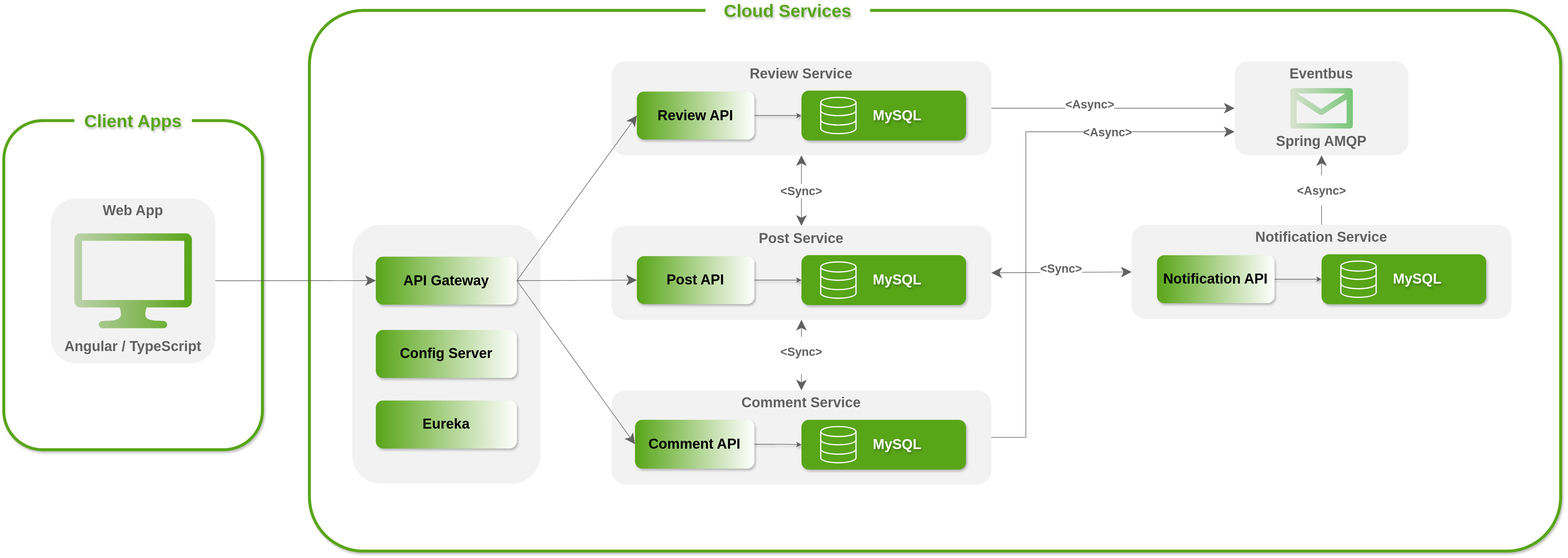
Before: architecture/architecture.drawio.svg, a diagram exported from draw.io (pxlit-projects/project-Su-zenGeurtsPXL-1). Source tidied: cells renumbered, new cells last; positions are measured from the earlier drawing's top-left corner, leaving out a move shared by most shapes.
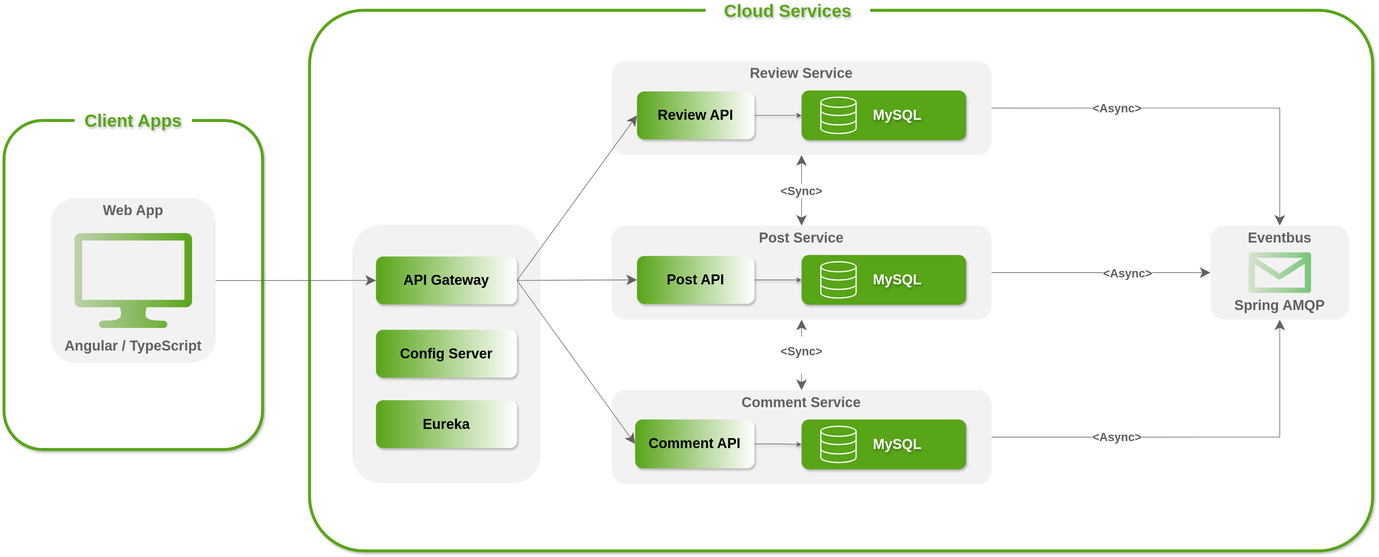
After the commit.

Commit message:
[SETUP] Updated architecture

What changed in the source:
```diff
@@ -3,7 +3,7 @@
     <mxCell id="0" />
     <mxCell id="1" parent="0" />
     <mxCell id="2" value="00" style="rounded=1;whiteSpace=wrap;html=1;strokeColor=#58A518;strokeWidth=5;shadow=1;glass=0;fillColor=default;arcSize=10;" parent="1" vertex="1">
-      <mxGeometry x="520" y="14" width="2129" height="920" as="geometry" />
+      <mxGeometry x="520" y="14" width="1809" height="920" as="geometry" />
     </mxCell>
     <mxCell id="3" style="rounded=1;whiteSpace=wrap;html=1;strokeColor=none;fillColor=#F2F2F2;verticalAlign=top;fontStyle=1;fontColor=#616161;fontSize=24;align=center;gradientColor=none;" parent="1" vertex="1">
       <mxGeometry x="593" y="379" width="320" height="440" as="geometry" />
@@ -75,10 +75,10 @@
       <mxGeometry relative="1" as="geometry" />
     </mxCell>
     <mxCell id="26" value="Eventbus" style="rounded=1;whiteSpace=wrap;html=1;strokeColor=none;fillColor=#f2f2f2;verticalAlign=top;fontStyle=1;fontColor=#616161;fontSize=24;align=center;" parent="1" vertex="1">
-      <mxGeometry x="2094.2" y="100.5" width="296" height="160" as="geometry" />
+      <mxGeometry x="2053" y="380.5" width="236" height="160" as="geometry" />
     </mxCell>
-    <mxCell id="27" value="&lt;br&gt;&lt;span style=&quot;color: rgb(97, 97, 97); font-family: Helvetica; font-size: 20px; font-style: normal; font-variant-ligatures: normal; font-variant-caps: normal; font-weight: 700; letter-spacing: normal; orphans: 2; text-align: center; text-indent: 0px; text-transform: none; widows: 2; word-spacing: 0px; -webkit-text-stroke-width: 0px; white-space: nowrap; background-color: rgb(255, 255, 255); text-decoration-thickness: initial; text-decoration-style: initial; text-decoration-color: initial; display: inline !important; float: none;&quot;&gt;&amp;lt;Async&amp;gt;&lt;/span&gt;&lt;div&gt;&lt;br/&gt;&lt;/div&gt;" style="rounded=0;jettySize=auto;html=1;startArrow=classic;startFill=1;endArrow=none;endFill=0;endSize=15;startSize=15;strokeColor=#616161;entryX=1;entryY=0.5;entryDx=0;entryDy=0;exitX=0;exitY=0.5;exitDx=0;exitDy=0;" parent="1" edge="1" source="26" target="12">
-      <mxGeometry x="0.18" y="-8" relative="1" as="geometry">
+    <mxCell id="27" value="&lt;br&gt;&lt;span style=&quot;color: rgb(97, 97, 97); font-family: Helvetica; font-size: 20px; font-style: normal; font-variant-ligatures: normal; font-variant-caps: normal; font-weight: 700; letter-spacing: normal; orphans: 2; text-align: center; text-indent: 0px; text-transform: none; widows: 2; word-spacing: 0px; -webkit-text-stroke-width: 0px; white-space: nowrap; background-color: rgb(255, 255, 255); text-decoration-thickness: initial; text-decoration-style: initial; text-decoration-color: initial; display: inline !important; float: none;&quot;&gt;&amp;lt;Async&amp;gt;&lt;/span&gt;&lt;div&gt;&lt;br/&gt;&lt;/div&gt;" style="rounded=0;jettySize=auto;html=1;startArrow=classic;startFill=1;endArrow=none;endFill=0;endSize=15;startSize=15;strokeColor=#616161;entryX=1;entryY=0.5;entryDx=0;entryDy=0;exitX=0.5;exitY=0;exitDx=0;exitDy=0;edgeStyle=orthogonalEdgeStyle;" parent="1" edge="1" source="26" target="12">
+      <mxGeometry x="0.38" relative="1" as="geometry">
         <mxPoint x="-1" as="offset" />
       </mxGeometry>
     </mxCell>
@@ -106,39 +106,19 @@
     <mxCell id="35" style="sketch=0;shadow=0;dashed=0;html=1;strokeColor=none;fillColor=#58A518;labelPosition=center;verticalLabelPosition=bottom;verticalAlign=top;align=center;shape=mxgraph.office.devices.lcd_monitor;fontColor=#000000;gradientColor=#BDD2AC;gradientDirection=west;" parent="1" vertex="1">
       <mxGeometry x="120" y="393.3" width="200" height="161.4" as="geometry" />
     </mxCell>
-    <mxCell id="36" value="&lt;br&gt;&lt;span style=&quot;color: rgb(97, 97, 97); font-family: Helvetica; font-size: 20px; font-style: normal; font-variant-ligatures: normal; font-variant-caps: normal; font-weight: 700; letter-spacing: normal; orphans: 2; text-align: center; text-indent: 0px; text-transform: none; widows: 2; word-spacing: 0px; -webkit-text-stroke-width: 0px; white-space: nowrap; background-color: rgb(255, 255, 255); text-decoration-thickness: initial; text-decoration-style: initial; text-decoration-color: initial; display: inline !important; float: none;&quot;&gt;&amp;lt;Async&amp;gt;&lt;/span&gt;&lt;div&gt;&lt;br/&gt;&lt;/div&gt;" style="rounded=0;jettySize=auto;html=1;startArrow=classic;startFill=1;endArrow=none;endFill=0;endSize=15;startSize=15;strokeColor=#616161;entryX=0.5;entryY=0;entryDx=0;entryDy=0;exitX=0.5;exitY=1;exitDx=0;exitDy=0;" parent="1" edge="1" source="26" target="39">
-      <mxGeometry relative="1" as="geometry" />
+    <mxCell id="36" value="&lt;br&gt;&lt;span style=&quot;color: rgb(97, 97, 97); font-family: Helvetica; font-size: 20px; font-style: normal; font-variant-ligatures: normal; font-variant-caps: normal; font-weight: 700; letter-spacing: normal; orphans: 2; text-align: center; text-indent: 0px; text-transform: none; widows: 2; word-spacing: 0px; -webkit-text-stroke-width: 0px; white-space: nowrap; background-color: rgb(255, 255, 255); text-decoration-thickness: initial; text-decoration-style: initial; text-decoration-color: initial; display: inline !important; float: none;&quot;&gt;&amp;lt;Async&amp;gt;&lt;/span&gt;&lt;div&gt;&lt;br/&gt;&lt;/div&gt;" style="rounded=0;jettySize=auto;html=1;startArrow=classic;startFill=1;endArrow=none;endFill=0;endSize=15;startSize=15;strokeColor=#616161;entryX=1;entryY=0.5;entryDx=0;entryDy=0;exitX=0.5;exitY=1;exitDx=0;exitDy=0;edgeStyle=orthogonalEdgeStyle;" parent="1" edge="1" source="26" target="20">
+      <mxGeometry x="0.38" relative="1" as="geometry">
+        <mxPoint x="-1" as="offset" />
+      </mxGeometry>
     </mxCell>
     <mxCell id="37" value="Spring AMQP" style="text;html=1;align=center;verticalAlign=middle;whiteSpace=wrap;rounded=0;fontSize=24;fontStyle=1;fontColor=#616161;" parent="1" vertex="1">
-      <mxGeometry x="2117.2" y="221.8" width="250" height="30" as="geometry" />
+      <mxGeometry x="2046" y="501.8" width="250" height="30" as="geometry" />
     </mxCell>
     <mxCell id="38" style="verticalLabelPosition=bottom;html=1;verticalAlign=top;align=center;strokeColor=none;fillColor=#009900;shape=mxgraph.azure.message;gradientColor=#BDD2AC;gradientDirection=west;" parent="1" vertex="1">
-      <mxGeometry x="2188.7" y="146.1" width="107" height="68.8" as="geometry" />
+      <mxGeometry x="2117.5" y="426.1" width="107" height="68.8" as="geometry" />
     </mxCell>
-    <mxCell id="39" value="Notification Service" style="rounded=1;whiteSpace=wrap;html=1;strokeColor=none;fillColor=#f2f2f2;verticalAlign=top;fontStyle=1;fontColor=#616161;fontSize=24;align=center;" parent="1" vertex="1">
-      <mxGeometry x="1919" y="379" width="646.4" height="160" as="geometry" />
-    </mxCell>
-    <mxCell id="40" style="edgeStyle=orthogonalEdgeStyle;rounded=0;jettySize=auto;html=1;exitX=1;exitY=0.5;exitDx=0;exitDy=0;entryX=0;entryY=0.5;entryDx=0;entryDy=0;strokeColor=#616161;textShadow=1;shadow=1;" parent="1" edge="1" source="41" target="42">
-      <mxGeometry relative="1" as="geometry" />
-    </mxCell>
-    <mxCell id="41" value="&lt;b style=&quot;font-size: 24px;&quot;&gt;&lt;font style=&quot;font-size: 24px;&quot;&gt;Notification API&lt;/font&gt;&lt;/b&gt;" style="text;html=1;align=center;verticalAlign=middle;whiteSpace=wrap;rounded=1;fillColor=default;shadow=1;glass=0;fillStyle=auto;gradientColor=#58A518;gradientDirection=west;fontColor=default;strokeColor=none;fontSize=24;" parent="1" vertex="1">
-      <mxGeometry x="1962.2" y="430.6" width="200" height="81.5" as="geometry" />
-    </mxCell>
-    <mxCell id="42" value="&amp;nbsp; &amp;nbsp; &amp;nbsp; &amp;nbsp;MySQL" style="rounded=1;whiteSpace=wrap;html=1;strokeColor=none;fillColor=#58A518;verticalAlign=middle;fontStyle=1;fontColor=#FFFFFF;fontSize=24;align=center;textShadow=1;shadow=1;" parent="1" vertex="1">
-      <mxGeometry x="2242.2" y="429" width="280" height="84.8" as="geometry" />
-    </mxCell>
-    <mxCell id="43" value="&#10;&lt;span style=&quot;color: rgb(97, 97, 97); font-family: Helvetica; font-size: 20px; font-style: normal; font-variant-ligatures: normal; font-variant-caps: normal; font-weight: 700; letter-spacing: normal; orphans: 2; text-align: center; text-indent: 0px; text-transform: none; widows: 2; word-spacing: 0px; -webkit-text-stroke-width: 0px; white-space: nowrap; background-color: rgb(255, 255, 255); text-decoration-thickness: initial; text-decoration-style: initial; text-decoration-color: initial; display: inline !important; float: none;&quot;&gt;&amp;lt;Sync&amp;gt;&lt;/span&gt;&#10;&#10;" style="rounded=0;jettySize=auto;html=1;startArrow=classic;startFill=1;endArrow=classic;endFill=1;endSize=15;startSize=15;strokeColor=#616161;entryX=1;entryY=0.5;entryDx=0;entryDy=0;exitX=0;exitY=0.5;exitDx=0;exitDy=0;" parent="1" edge="1" source="39" target="16">
-      <mxGeometry relative="1" as="geometry" />
-    </mxCell>
-    <mxCell id="44" style="html=1;verticalLabelPosition=bottom;align=center;labelBackgroundColor=#ffffff;verticalAlign=top;strokeWidth=2;strokeColor=#FFFFFF;shadow=0;dashed=0;shape=mxgraph.ios7.icons.data;fillColor=#58A518;" parent="1" vertex="1">
-      <mxGeometry x="2275" y="440.6" width="60" height="61.6" as="geometry" />
-    </mxCell>
-    <mxCell id="45" value="&lt;br&gt;&lt;span style=&quot;color: rgb(97, 97, 97); font-family: Helvetica; font-size: 20px; font-style: normal; font-variant-ligatures: normal; font-variant-caps: normal; font-weight: 700; letter-spacing: normal; orphans: 2; text-align: center; text-indent: 0px; text-transform: none; widows: 2; word-spacing: 0px; -webkit-text-stroke-width: 0px; white-space: nowrap; background-color: rgb(255, 255, 255); text-decoration-thickness: initial; text-decoration-style: initial; text-decoration-color: initial; display: inline !important; float: none;&quot;&gt;&amp;lt;Async&amp;gt;&lt;/span&gt;&lt;div&gt;&lt;br/&gt;&lt;/div&gt;" style="rounded=0;jettySize=auto;html=1;startArrow=classic;startFill=1;endArrow=none;endFill=0;endSize=15;startSize=15;strokeColor=#616161;entryX=1;entryY=0.5;entryDx=0;entryDy=0;exitX=0;exitY=0.75;exitDx=0;exitDy=0;edgeStyle=orthogonalEdgeStyle;" parent="1" edge="1" source="26" target="20">
-      <mxGeometry x="-0.54" relative="1" as="geometry">
-        <Array as="points">
-          <mxPoint x="1739" y="220" />
-          <mxPoint x="1739" y="740" />
-        </Array>
+    <mxCell id="45" value="&lt;br&gt;&lt;span style=&quot;color: rgb(97, 97, 97); font-family: Helvetica; font-size: 20px; font-style: normal; font-variant-ligatures: normal; font-variant-caps: normal; font-weight: 700; letter-spacing: normal; orphans: 2; text-align: center; text-indent: 0px; text-transform: none; widows: 2; word-spacing: 0px; -webkit-text-stroke-width: 0px; white-space: nowrap; background-color: rgb(255, 255, 255); text-decoration-thickness: initial; text-decoration-style: initial; text-decoration-color: initial; display: inline !important; float: none;&quot;&gt;&amp;lt;Async&amp;gt;&lt;/span&gt;&lt;div&gt;&lt;br/&gt;&lt;/div&gt;" style="rounded=0;jettySize=auto;html=1;startArrow=classic;startFill=1;endArrow=none;endFill=0;endSize=15;startSize=15;strokeColor=#616161;entryX=1;entryY=0.5;entryDx=0;entryDy=0;exitX=0;exitY=0.5;exitDx=0;exitDy=0;" parent="1" edge="1" source="26" target="16">
+      <mxGeometry x="-0.24" relative="1" as="geometry">
         <mxPoint x="-1" as="offset" />
       </mxGeometry>
     </mxCell>
```
